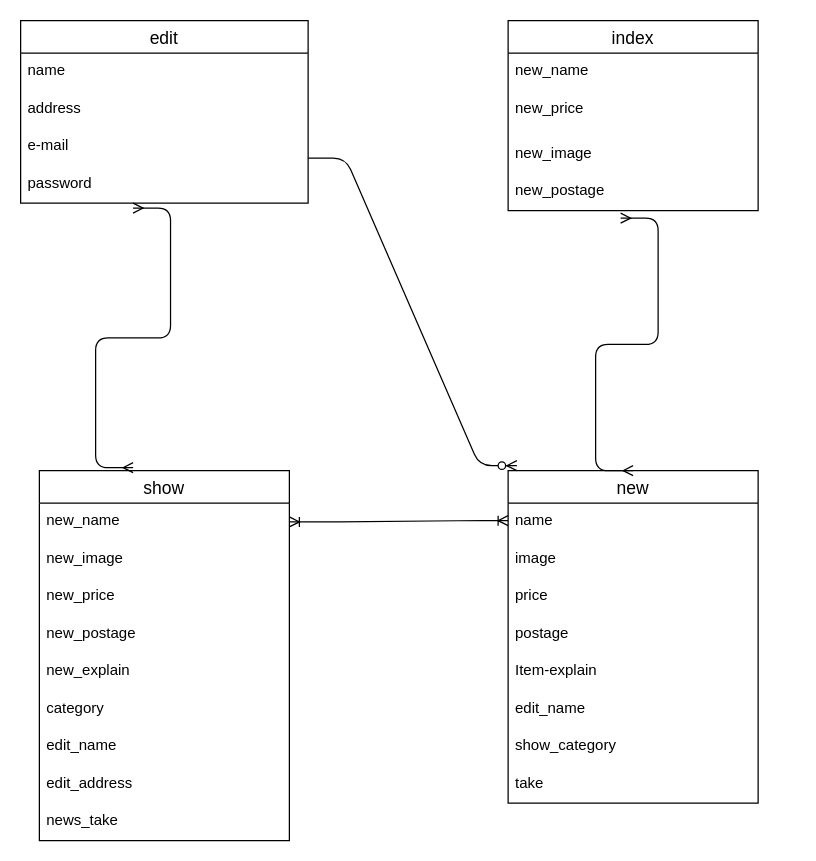
Earlier version of the draw.io diagram table.dio (kosui3625/furima-40253). Source tidied: cells renumbered, new cells numbered last; positions are measured from the earlier drawing's top-left corner, leaving out a move shared by most shapes. Both pictures are drawn from the tidied source at 125%, with x=0, y=0 at pixel (20, 20).
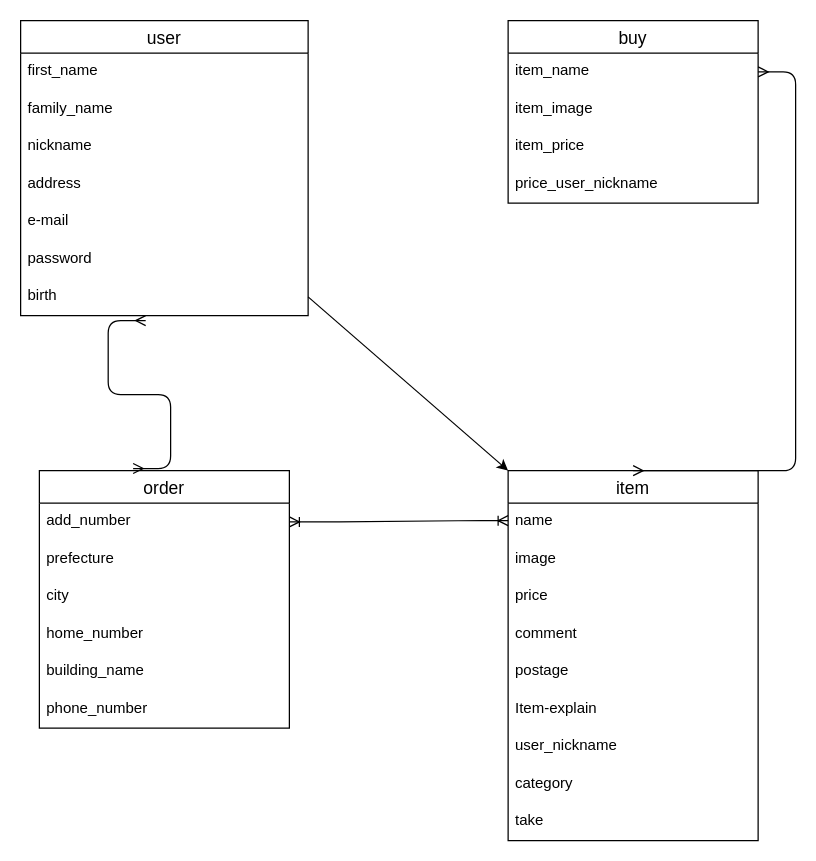
After the change.

Diff of the diagram source:
```diff
@@
-    <mxCell id="2" value="edit" style="swimlane;fontStyle=0;horizontal=1;startSize=26;align=center;fontSize=14;" parent="1" vertex="1">
-      <mxGeometry width="230" height="146" as="geometry" />
+    <mxCell id="2" value="user" style="swimlane;fontStyle=0;horizontal=1;startSize=26;align=center;fontSize=14;" parent="1" vertex="1">
+      <mxGeometry width="230" height="236" as="geometry" />
     </mxCell>
-    <mxCell id="3" value="name" style="text;strokeColor=none;fillColor=none;spacingLeft=4;spacingRight=4;overflow=hidden;fontSize=12;" parent="2" vertex="1">
+    <mxCell id="3" value="first_name" style="text;strokeColor=none;fillColor=none;spacingLeft=4;spacingRight=4;overflow=hidden;fontSize=12;" parent="2" vertex="1">
       <mxGeometry y="26" width="230" height="30" as="geometry" />
     </mxCell>
+    <mxCell id="36" value="family_name" style="text;strokeColor=none;fillColor=none;spacingLeft=4;spacingRight=4;overflow=hidden;fontSize=12;" parent="2" vertex="1">
+      <mxGeometry y="56" width="230" height="30" as="geometry" />
+    </mxCell>
+    <mxCell id="37" value="nickname" style="text;strokeColor=none;fillColor=none;spacingLeft=4;spacingRight=4;overflow=hidden;fontSize=12;" parent="2" vertex="1">
+      <mxGeometry y="86" width="230" height="30" as="geometry" />
+    </mxCell>
     <mxCell id="4" value="address" style="text;strokeColor=none;fillColor=none;spacingLeft=4;spacingRight=4;overflow=hidden;fontSize=12;" parent="2" vertex="1">
-      <mxGeometry y="56" width="230" height="30" as="geometry" />
+      <mxGeometry y="116" width="230" height="30" as="geometry" />
     </mxCell>
     <mxCell id="5" value="e-mail" style="text;strokeColor=none;fillColor=none;spacingLeft=4;spacingRight=4;overflow=hidden;fontSize=12;" parent="2" vertex="1">
-      <mxGeometry y="86" width="230" height="30" as="geometry" />
+      <mxGeometry y="146" width="230" height="30" as="geometry" />
     </mxCell>
     <mxCell id="6" value="password" style="text;strokeColor=none;fillColor=none;spacingLeft=4;spacingRight=4;overflow=hidden;points=[[0,0.5],[1,0.5]];portConstraint=eastwest;fontSize=12;" parent="2" vertex="1">
-      <mxGeometry y="116" width="230" height="30" as="geometry" />
+      <mxGeometry y="176" width="230" height="30" as="geometry" />
     </mxCell>
+    <mxCell id="38" value="birth" style="text;strokeColor=none;fillColor=none;spacingLeft=4;spacingRight=4;overflow=hidden;points=[[0,0.5],[1,0.5]];portConstraint=eastwest;fontSize=12;" parent="2" vertex="1">
+      <mxGeometry y="206" width="230" height="30" as="geometry" />
+    </mxCell>
-    <mxCell id="7" value="new" style="swimlane;fontStyle=0;horizontal=1;startSize=26;align=center;fontSize=14;" parent="1" vertex="1">
-      <mxGeometry x="390" y="360" width="200" height="266" as="geometry" />
+    <mxCell id="7" value="item" style="swimlane;fontStyle=0;horizontal=1;startSize=26;align=center;fontSize=14;" parent="1" vertex="1">
+      <mxGeometry x="390" y="360" width="200" height="296" as="geometry" />
     </mxCell>
@@
+    <mxCell id="39" value="comment" style="text;strokeColor=none;fillColor=none;spacingLeft=4;spacingRight=4;overflow=hidden;fontSize=12;" parent="7" vertex="1">
+      <mxGeometry y="116" width="200" height="30" as="geometry" />
+    </mxCell>
     <mxCell id="11" value="postage" style="text;strokeColor=none;fillColor=none;spacingLeft=4;spacingRight=4;overflow=hidden;fontSize=12;" parent="7" vertex="1">
-      <mxGeometry y="116" width="200" height="30" as="geometry" />
+      <mxGeometry y="146" width="200" height="30" as="geometry" />
     </mxCell>
     <mxCell id="12" value="Item-explain" style="text;strokeColor=none;fillColor=none;spacingLeft=4;spacingRight=4;overflow=hidden;fontSize=12;" parent="7" vertex="1">
-      <mxGeometry y="146" width="200" height="30" as="geometry" />
+      <mxGeometry y="176" width="200" height="30" as="geometry" />
     </mxCell>
-    <mxCell id="13" value="edit_name" style="text;strokeColor=none;fillColor=none;spacingLeft=4;spacingRight=4;overflow=hidden;fontSize=12;" parent="7" vertex="1">
-      <mxGeometry y="176" width="200" height="30" as="geometry" />
+    <mxCell id="13" value="user_nickname" style="text;strokeColor=none;fillColor=none;spacingLeft=4;spacingRight=4;overflow=hidden;fontSize=12;" parent="7" vertex="1">
+      <mxGeometry y="206" width="200" height="30" as="geometry" />
     </mxCell>
-    <mxCell id="14" value="show_category" style="text;strokeColor=none;fillColor=none;spacingLeft=4;spacingRight=4;overflow=hidden;fontSize=12;" parent="7" vertex="1">
-      <mxGeometry y="206" width="200" height="30" as="geometry" />
+    <mxCell id="14" value="category" style="text;strokeColor=none;fillColor=none;spacingLeft=4;spacingRight=4;overflow=hidden;fontSize=12;" parent="7" vertex="1">
+      <mxGeometry y="236" width="200" height="30" as="geometry" />
     </mxCell>
     <mxCell id="15" value="take" style="text;strokeColor=none;fillColor=none;spacingLeft=4;spacingRight=4;overflow=hidden;fontSize=12;" parent="7" vertex="1">
-      <mxGeometry y="236" width="200" height="30" as="geometry" />
+      <mxGeometry y="266" width="200" height="30" as="geometry" />
     </mxCell>
-    <mxCell id="16" value="show" style="swimlane;fontStyle=0;horizontal=1;startSize=26;align=center;fontSize=14;" parent="1" vertex="1">
-      <mxGeometry x="15" y="360" width="200" height="296" as="geometry" />
+    <mxCell id="16" value="order" style="swimlane;fontStyle=0;horizontal=1;startSize=26;align=center;fontSize=14;" parent="1" vertex="1">
+      <mxGeometry x="15" y="360" width="200" height="206" as="geometry" />
     </mxCell>
@@
-    <mxCell id="18" value="new_name   " style="text;strokeColor=none;fillColor=none;spacingLeft=4;spacingRight=4;overflow=hidden;points=[[0,0.5],[1,0.5]];portConstraint=eastwest;fontSize=12;" parent="16" vertex="1">
+    <mxCell id="18" value="add_number" style="text;strokeColor=none;fillColor=none;spacingLeft=4;spacingRight=4;overflow=hidden;points=[[0,0.5],[1,0.5]];portConstraint=eastwest;fontSize=12;" parent="16" vertex="1">
       <mxGeometry y="26" width="200" height="30" as="geometry" />
     </mxCell>
-    <mxCell id="19" value="new_image" style="text;strokeColor=none;fillColor=none;spacingLeft=4;spacingRight=4;overflow=hidden;fontSize=12;" parent="16" vertex="1">
+    <mxCell id="19" value="prefecture" style="text;strokeColor=none;fillColor=none;spacingLeft=4;spacingRight=4;overflow=hidden;fontSize=12;" parent="16" vertex="1">
       <mxGeometry y="56" width="200" height="30" as="geometry" />
     </mxCell>
-    <mxCell id="20" value="new_price" style="text;strokeColor=none;fillColor=none;spacingLeft=4;spacingRight=4;overflow=hidden;fontSize=12;" parent="16" vertex="1">
+    <mxCell id="20" value="city" style="text;strokeColor=none;fillColor=none;spacingLeft=4;spacingRight=4;overflow=hidden;fontSize=12;" parent="16" vertex="1">
       <mxGeometry y="86" width="200" height="30" as="geometry" />
     </mxCell>
-    <mxCell id="21" value="new_postage" style="text;strokeColor=none;fillColor=none;spacingLeft=4;spacingRight=4;overflow=hidden;fontSize=12;" parent="16" vertex="1">
+    <mxCell id="21" value="home_number" style="text;strokeColor=none;fillColor=none;spacingLeft=4;spacingRight=4;overflow=hidden;fontSize=12;" parent="16" vertex="1">
       <mxGeometry y="116" width="200" height="30" as="geometry" />
     </mxCell>
-    <mxCell id="22" value="new_explain" style="text;strokeColor=none;fillColor=none;spacingLeft=4;spacingRight=4;overflow=hidden;fontSize=12;" parent="16" vertex="1">
+    <mxCell id="22" value="building_name" style="text;strokeColor=none;fillColor=none;spacingLeft=4;spacingRight=4;overflow=hidden;fontSize=12;" parent="16" vertex="1">
       <mxGeometry y="146" width="200" height="30" as="geometry" />
     </mxCell>
-    <mxCell id="23" value="category" style="text;strokeColor=none;fillColor=none;spacingLeft=4;spacingRight=4;overflow=hidden;fontSize=12;" parent="16" vertex="1">
+    <mxCell id="23" value="phone_number" style="text;strokeColor=none;fillColor=none;spacingLeft=4;spacingRight=4;overflow=hidden;fontSize=12;" parent="16" vertex="1">
       <mxGeometry y="176" width="200" height="30" as="geometry" />
     </mxCell>
-    <mxCell id="24" value="edit_name" style="text;strokeColor=none;fillColor=none;spacingLeft=4;spacingRight=4;overflow=hidden;fontSize=12;" parent="16" vertex="1">
-      <mxGeometry y="206" width="200" height="30" as="geometry" />
-    </mxCell>
-    <mxCell id="25" value="edit_address" style="text;strokeColor=none;fillColor=none;spacingLeft=4;spacingRight=4;overflow=hidden;fontSize=12;" parent="16" vertex="1">
-      <mxGeometry y="236" width="200" height="30" as="geometry" />
-    </mxCell>
-    <mxCell id="26" value="news_take" style="text;strokeColor=none;fillColor=none;spacingLeft=4;spacingRight=4;overflow=hidden;fontSize=12;" parent="16" vertex="1">
-      <mxGeometry y="266" width="200" height="30" as="geometry" />
-    </mxCell>
-    <mxCell id="27" value="index" style="swimlane;fontStyle=0;horizontal=1;startSize=26;align=center;fontSize=14;" parent="1" vertex="1">
-      <mxGeometry x="390" width="200" height="152" as="geometry" />
+    <mxCell id="27" value="buy" style="swimlane;fontStyle=0;horizontal=1;startSize=26;align=center;fontSize=14;" parent="1" vertex="1">
+      <mxGeometry x="390" width="200" height="146" as="geometry" />
     </mxCell>
-    <mxCell id="28" value="new_name" style="text;strokeColor=none;fillColor=none;spacingLeft=4;spacingRight=4;overflow=hidden;points=[[0,0.5],[1,0.5]];portConstraint=eastwest;fontSize=12;" parent="27" vertex="1">
+    <mxCell id="28" value="item_name" style="text;strokeColor=none;fillColor=none;spacingLeft=4;spacingRight=4;overflow=hidden;points=[[0,0.5],[1,0.5]];portConstraint=eastwest;fontSize=12;" parent="27" vertex="1">
       <mxGeometry y="26" width="200" height="30" as="geometry" />
     </mxCell>
-    <mxCell id="29" value="new_price" style="text;strokeColor=none;fillColor=none;spacingLeft=4;spacingRight=4;overflow=hidden;fontSize=12;" parent="27" vertex="1">
-      <mxGeometry y="56" width="200" height="36" as="geometry" />
-    </mxCell>
-    <mxCell id="30" value="new_image" style="text;strokeColor=none;fillColor=none;spacingLeft=4;spacingRight=4;overflow=hidden;fontSize=12;" parent="27" vertex="1">
-      <mxGeometry y="92" width="200" height="30" as="geometry" />
-    </mxCell>
-    <mxCell id="31" value="new_postage" style="text;strokeColor=none;fillColor=none;spacingLeft=4;spacingRight=4;overflow=hidden;points=[[0,0.5],[1,0.5]];portConstraint=eastwest;fontSize=12;" parent="27" vertex="1">
-      <mxGeometry y="122" width="200" height="30" as="geometry" />
-    </mxCell>
+    <mxCell id="40" value="item_image" style="text;strokeColor=none;fillColor=none;spacingLeft=4;spacingRight=4;overflow=hidden;fontSize=12;" parent="27" vertex="1">
+      <mxGeometry y="56" width="200" height="30" as="geometry" />
+    </mxCell>
+    <mxCell id="41" value="item_price" style="text;strokeColor=none;fillColor=none;spacingLeft=4;spacingRight=4;overflow=hidden;fontSize=12;" parent="27" vertex="1">
+      <mxGeometry y="86" width="200" height="30" as="geometry" />
+    </mxCell>
+    <mxCell id="42" value="price_user_nickname" style="text;strokeColor=none;fillColor=none;spacingLeft=4;spacingRight=4;overflow=hidden;fontSize=12;" parent="27" vertex="1">
+      <mxGeometry y="116" width="200" height="30" as="geometry" />
+    </mxCell>
@@
-    <mxCell id="33" style="edgeStyle=entityRelationEdgeStyle;fontSize=12;html=1;endArrow=ERmany;startArrow=ERmany;entryX=0.391;entryY=1.133;entryDx=0;entryDy=0;entryPerimeter=0;exitX=0.375;exitY=-0.008;exitDx=0;exitDy=0;exitPerimeter=0;" parent="1" edge="1" source="16" target="6">
+    <mxCell id="33" style="edgeStyle=entityRelationEdgeStyle;fontSize=12;html=1;endArrow=ERmany;startArrow=ERmany;entryX=0.435;entryY=1.133;entryDx=0;entryDy=0;entryPerimeter=0;exitX=0.375;exitY=-0.008;exitDx=0;exitDy=0;exitPerimeter=0;" parent="1" edge="1" source="16" target="38">
       <mxGeometry relative="1" as="geometry" />
     </mxCell>
-    <mxCell id="34" style="edgeStyle=entityRelationEdgeStyle;fontSize=12;html=1;endArrow=ERmany;startArrow=ERmany;entryX=0.5;entryY=0;entryDx=0;entryDy=0;exitX=0.45;exitY=1.2;exitDx=0;exitDy=0;exitPerimeter=0;" parent="1" edge="1" source="31" target="7">
+    <mxCell id="34" style="edgeStyle=entityRelationEdgeStyle;fontSize=12;html=1;endArrow=ERmany;startArrow=ERmany;entryX=0.5;entryY=0;entryDx=0;entryDy=0;" parent="1" edge="1" source="28" target="7">
       <mxGeometry relative="1" as="geometry" />
     </mxCell>
-    <mxCell id="35" style="edgeStyle=entityRelationEdgeStyle;fontSize=12;html=1;endArrow=ERzeroToMany;endFill=1;entryX=0.035;entryY=-0.015;entryDx=0;entryDy=0;entryPerimeter=0;" parent="1" edge="1" target="7">
-      <mxGeometry relative="1" as="geometry">
-        <mxPoint x="230" y="110" as="sourcePoint" />
-      </mxGeometry>
-    </mxCell>
+    <mxCell id="43" style="edgeStyle=none;html=1;exitX=1;exitY=0.5;exitDx=0;exitDy=0;entryX=0;entryY=0;entryDx=0;entryDy=0;" parent="1" edge="1" source="38" target="7">
+      <mxGeometry relative="1" as="geometry" />
+    </mxCell>
```
